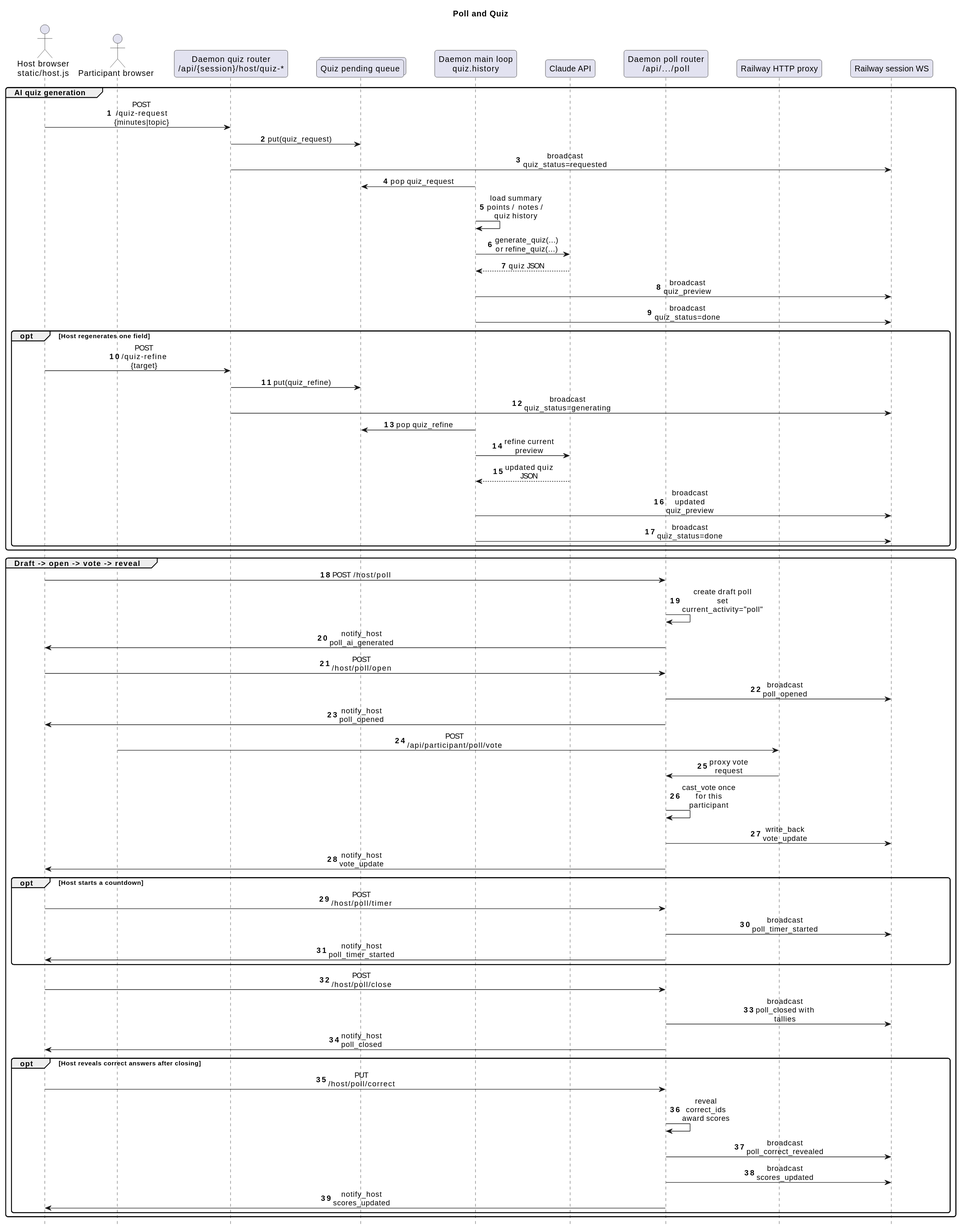
Earlier version of the PlantUML export docs/sequences/svg/03-poll-and-quiz.svg (victorrentea/training-assistant). Source of this version:
```plantuml
@startuml
title Poll and Quiz
hide footbox
autonumber

skinparam BackgroundColor transparent
skinparam SequenceMessageAlign center
skinparam ParticipantPadding 20
skinparam BoxPadding 10
skinparam MaxMessageSize 110
skinparam WrapWidth 220
skinparam RoundCorner 8

actor "Host browser\nstatic/host.js" as Host
actor "Participant browser" as Participant
participant "Daemon quiz router\n/api/{session}/host/quiz-*" as QuizAPI
collections "Quiz pending queue" as QuizPending
participant "Daemon main loop\nquiz.history" as Loop
participant "Claude API" as Claude
participant "Daemon poll router\n/api/.../poll" as PollAPI
participant "Railway HTTP proxy" as RailwayHTTP
participant "Railway session WS" as RailwayWS

group AI quiz generation
Host -> QuizAPI: POST /quiz-request {minutes|topic}
QuizAPI -> QuizPending: put(quiz_request)
QuizAPI -> RailwayWS: broadcast quiz_status=requested

Loop -> QuizPending: pop quiz_request
Loop -> Loop: load summary points / notes / quiz history
Loop -> Claude: generate_quiz(...) or refine_quiz(...)
Claude --> Loop: quiz JSON
Loop -> RailwayWS: broadcast quiz_preview
Loop -> RailwayWS: broadcast quiz_status=done

opt Host regenerates one field
  Host -> QuizAPI: POST /quiz-refine {target}
  QuizAPI -> QuizPending: put(quiz_refine)
  QuizAPI -> RailwayWS: broadcast quiz_status=generating
  Loop -> QuizPending: pop quiz_refine
  Loop -> Claude: refine current preview
  Claude --> Loop: updated quiz JSON
  Loop -> RailwayWS: broadcast updated quiz_preview
  Loop -> RailwayWS: broadcast quiz_status=done
end
end

group Draft -> open -> vote -> reveal
Host -> PollAPI: POST /host/poll
PollAPI -> PollAPI: create draft poll\nset current_activity="poll"
PollAPI -> Host: notify_host poll_ai_generated

Host -> PollAPI: POST /host/poll/open
PollAPI -> RailwayWS: broadcast poll_opened
PollAPI -> Host: notify_host poll_opened

Participant -> RailwayHTTP: POST /api/participant/poll/vote
RailwayHTTP -> PollAPI: proxy vote request
PollAPI -> PollAPI: cast_vote once for this participant
PollAPI -> RailwayWS: write_back vote_update
PollAPI -> Host: notify_host vote_update

opt Host starts a countdown
  Host -> PollAPI: POST /host/poll/timer
  PollAPI -> RailwayWS: broadcast poll_timer_started
  PollAPI -> Host: notify_host poll_timer_started
end

Host -> PollAPI: POST /host/poll/close
PollAPI -> RailwayWS: broadcast poll_closed with tallies
PollAPI -> Host: notify_host poll_closed

opt Host reveals correct answers after closing
  Host -> PollAPI: PUT /host/poll/correct
  PollAPI -> PollAPI: reveal correct_ids\naward scores
  PollAPI -> RailwayWS: broadcast poll_correct_revealed
  PollAPI -> RailwayWS: broadcast scores_updated
  PollAPI -> Host: notify_host scores_updated
end
end
@enduml
```
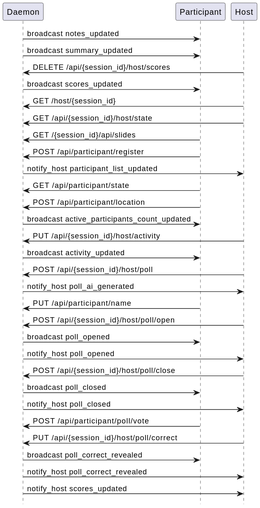
Above is the later version.

Commit message:
docs: final generated poll diagram — 3 actors, Railway fully collapsed

Participant, Host, Daemon. All participant REST calls attributed directly
to Participant. All broadcasts and host notifications captured.

What changed in the source:
```diff
@@ -1,81 +1,36 @@
 @startuml
-title Poll and Quiz
 hide footbox
-autonumber
 
-skinparam BackgroundColor transparent
-skinparam SequenceMessageAlign center
-skinparam ParticipantPadding 20
-skinparam BoxPadding 10
-skinparam MaxMessageSize 110
-skinparam WrapWidth 220
-skinparam RoundCorner 8
+participant "Daemon"
+participant "Participant"
+participant "Host"
 
-actor "Host browser\nstatic/host.js" as Host
-actor "Participant browser" as Participant
-participant "Daemon quiz router\n/api/{session}/host/quiz-*" as QuizAPI
-collections "Quiz pending queue" as QuizPending
-participant "Daemon main loop\nquiz.history" as Loop
-participant "Claude API" as Claude
-participant "Daemon poll router\n/api/.../poll" as PollAPI
-participant "Railway HTTP proxy" as RailwayHTTP
-participant "Railway session WS" as RailwayWS
-
-group AI quiz generation
-Host -> QuizAPI: POST /quiz-request {minutes|topic}
-QuizAPI -> QuizPending: put(quiz_request)
-QuizAPI -> RailwayWS: broadcast quiz_status=requested
-
-Loop -> QuizPending: pop quiz_request
-Loop -> Loop: load summary points / notes / quiz history
-Loop -> Claude: generate_quiz(...) or refine_quiz(...)
-Claude --> Loop: quiz JSON
-Loop -> RailwayWS: broadcast quiz_preview
-Loop -> RailwayWS: broadcast quiz_status=done
-
-opt Host regenerates one field
-  Host -> QuizAPI: POST /quiz-refine {target}
-  QuizAPI -> QuizPending: put(quiz_refine)
-  QuizAPI -> RailwayWS: broadcast quiz_status=generating
-  Loop -> QuizPending: pop quiz_refine
-  Loop -> Claude: refine current preview
-  Claude --> Loop: updated quiz JSON
-  Loop -> RailwayWS: broadcast updated quiz_preview
-  Loop -> RailwayWS: broadcast quiz_status=done
-end
-end
-
-group Draft -> open -> vote -> reveal
-Host -> PollAPI: POST /host/poll
-PollAPI -> PollAPI: create draft poll\nset current_activity="poll"
-PollAPI -> Host: notify_host poll_ai_generated
-
-Host -> PollAPI: POST /host/poll/open
-PollAPI -> RailwayWS: broadcast poll_opened
-PollAPI -> Host: notify_host poll_opened
-
-Participant -> RailwayHTTP: POST /api/participant/poll/vote
-RailwayHTTP -> PollAPI: proxy vote request
-PollAPI -> PollAPI: cast_vote once for this participant
-PollAPI -> RailwayWS: write_back vote_update
-PollAPI -> Host: notify_host vote_update
-
-opt Host starts a countdown
-  Host -> PollAPI: POST /host/poll/timer
-  PollAPI -> RailwayWS: broadcast poll_timer_started
-  PollAPI -> Host: notify_host poll_timer_started
-end
-
-Host -> PollAPI: POST /host/poll/close
-PollAPI -> RailwayWS: broadcast poll_closed with tallies
-PollAPI -> Host: notify_host poll_closed
-
-opt Host reveals correct answers after closing
-  Host -> PollAPI: PUT /host/poll/correct
-  PollAPI -> PollAPI: reveal correct_ids\naward scores
-  PollAPI -> RailwayWS: broadcast poll_correct_revealed
-  PollAPI -> RailwayWS: broadcast scores_updated
-  PollAPI -> Host: notify_host scores_updated
-end
-end
+"Daemon" -> "Participant": broadcast notes_updated
+"Daemon" -> "Participant": broadcast summary_updated
+"Host" -> "Daemon": DELETE /api/{session_id}/host/scores
+"Daemon" -> "Participant": broadcast scores_updated
+"Host" -> "Daemon": GET /host/{session_id}
+"Host" -> "Daemon": GET /api/{session_id}/host/state
+"Participant" -> "Daemon": GET /{session_id}/api/slides
+"Participant" -> "Daemon": POST /api/participant/register
+"Daemon" -> "Host": notify_host participant_list_updated
+"Participant" -> "Daemon": GET /api/participant/state
+"Participant" -> "Daemon": POST /api/participant/location
+"Daemon" -> "Participant": broadcast active_participants_count_updated
+"Host" -> "Daemon": PUT /api/{session_id}/host/activity
+"Daemon" -> "Participant": broadcast activity_updated
+"Host" -> "Daemon": POST /api/{session_id}/host/poll
+"Daemon" -> "Host": notify_host poll_ai_generated
+"Participant" -> "Daemon": PUT /api/participant/name
+"Host" -> "Daemon": POST /api/{session_id}/host/poll/open
+"Daemon" -> "Participant": broadcast poll_opened
+"Daemon" -> "Host": notify_host poll_opened
+"Host" -> "Daemon": POST /api/{session_id}/host/poll/close
+"Daemon" -> "Participant": broadcast poll_closed
+"Daemon" -> "Host": notify_host poll_closed
+"Participant" -> "Daemon": POST /api/participant/poll/vote
+"Host" -> "Daemon": PUT /api/{session_id}/host/poll/correct
+"Daemon" -> "Participant": broadcast poll_correct_revealed
+"Daemon" -> "Host": notify_host poll_correct_revealed
+"Daemon" -> "Host": notify_host scores_updated
 @enduml
```
